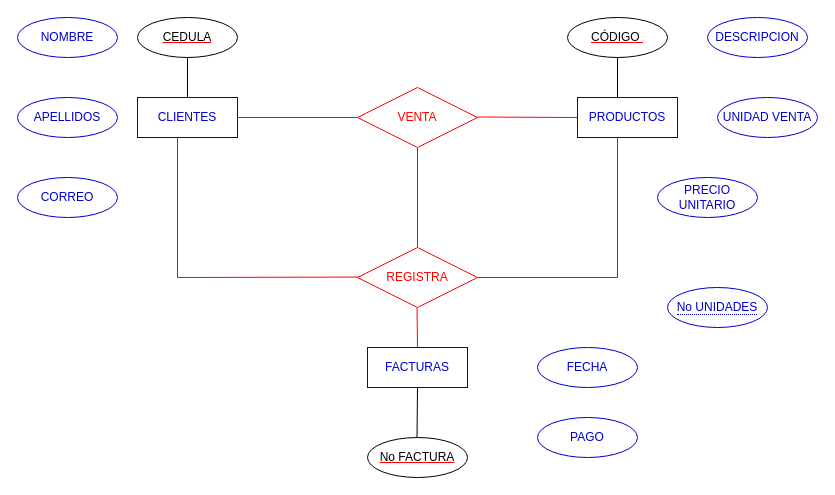
Above: EJERCICIO3.drawio in IVONNE80/BASE-DE-DATOS (draw.io), before the change. Source tidied: cells renumbered, new cells numbered last; positions are measured from the earlier drawing's top-left corner, leaving out a move shared by most shapes. Both pictures are drawn from the tidied source at 100%, with x=0, y=0 at pixel (17, 17).
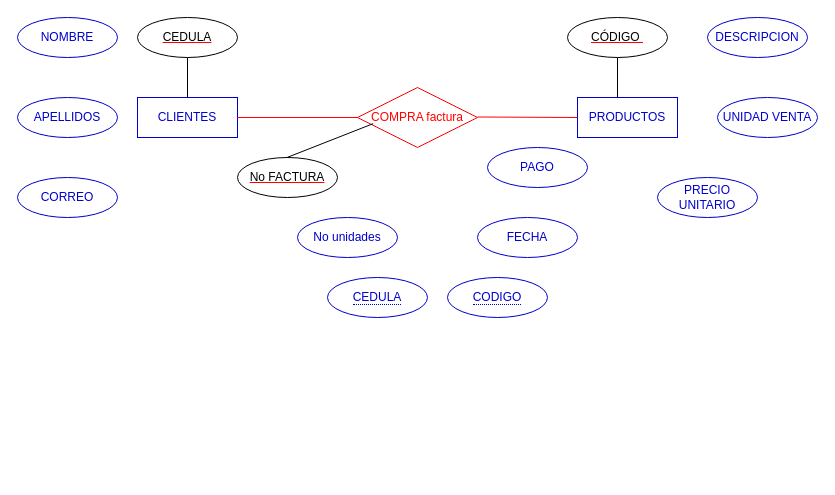
Above is the later version.

Unchanged cells that the change refers to:
```xml
<mxCell id="2" value="&lt;font color=&quot;#0000cc&quot;&gt;CLIENTES&lt;/font&gt;" style="whiteSpace=wrap;html=1;align=center;strokeColor=#0000CC;" parent="1" vertex="1">
  <mxGeometry x="120" y="80" width="100" height="40" as="geometry" />
</mxCell>
```

What changed in the source:
```diff
@@
-    <mxCell id="4" value="&lt;font color=&quot;#0000cc&quot;&gt;FACTURAS&lt;/font&gt;" style="whiteSpace=wrap;html=1;align=center;strokeColor=#0000CC;" parent="1" vertex="1">
-      <mxGeometry x="350" y="330" width="100" height="40" as="geometry" />
-    </mxCell>
-    <mxCell id="5" value="&lt;font color=&quot;#ff0000&quot;&gt;VENTA&lt;/font&gt;" style="shape=rhombus;perimeter=rhombusPerimeter;whiteSpace=wrap;html=1;align=center;strokeColor=#FF0000;fontColor=#0000CC;" parent="1" vertex="1">
+    <mxCell id="5" value="&lt;font color=&quot;#ff0000&quot;&gt;COMPRA factura&lt;/font&gt;" style="shape=rhombus;perimeter=rhombusPerimeter;whiteSpace=wrap;html=1;align=center;strokeColor=#FF0000;fontColor=#0000CC;" parent="1" vertex="1">
       <mxGeometry x="340" y="70" width="120" height="60" as="geometry" />
     </mxCell>
@@
-    <mxCell id="8" style="endArrow=none;html=1;rounded=0;fontColor=#FF0000;strokeColor=#FF0000;entryX=0.5;entryY=1;entryDx=0;entryDy=0;" parent="1" edge="1" target="5">
-      <mxGeometry relative="1" as="geometry">
-        <mxPoint x="400" y="230" as="sourcePoint" />
-      </mxGeometry>
-    </mxCell>
@@
     <mxCell id="11" value="&lt;font color=&quot;#000000&quot;&gt;No FACTURA&lt;/font&gt;" style="ellipse;whiteSpace=wrap;html=1;align=center;fontStyle=4;strokeColor=#000000;fontColor=#FF0000;" parent="1" vertex="1">
-      <mxGeometry x="350" y="420" width="100" height="40" as="geometry" />
+      <mxGeometry x="220" y="140" width="100" height="40" as="geometry" />
     </mxCell>
@@
-    <mxCell id="14" style="endArrow=none;html=1;rounded=0;strokeColor=#000000;fontColor=#000000;entryX=0.5;entryY=1;entryDx=0;entryDy=0;" parent="1" edge="1" target="4">
+    <mxCell id="14" style="endArrow=none;html=1;rounded=0;strokeColor=#000000;fontColor=#000000;entryX=0.13;entryY=0.603;entryDx=0;entryDy=0;entryPerimeter=0;" parent="1" edge="1" target="5">
       <mxGeometry relative="1" as="geometry">
-        <mxPoint x="399.5" y="420" as="sourcePoint" />
+        <mxPoint x="269.5" y="140" as="sourcePoint" />
       </mxGeometry>
     </mxCell>
-    <mxCell id="15" style="endArrow=none;html=1;rounded=0;fontColor=#FF0000;strokeColor=#FF0000;exitX=0.4;exitY=1;exitDx=0;exitDy=0;exitPerimeter=0;" parent="1" edge="1" source="2">
-      <mxGeometry relative="1" as="geometry">
-        <mxPoint x="360" y="259.5" as="targetPoint" />
-        <Array as="points">
-          <mxPoint x="160" y="260" />
-        </Array>
-      </mxGeometry>
-    </mxCell>
-    <mxCell id="16" style="endArrow=none;html=1;rounded=0;fontColor=#FF0000;strokeColor=#FF0000;exitX=0.4;exitY=1;exitDx=0;exitDy=0;exitPerimeter=0;" parent="1" edge="1">
-      <mxGeometry relative="1" as="geometry">
-        <mxPoint x="600" y="120" as="sourcePoint" />
-        <mxPoint x="440" y="260" as="targetPoint" />
-        <Array as="points">
-          <mxPoint x="600" y="260" />
-        </Array>
-      </mxGeometry>
-    </mxCell>
-    <mxCell id="17" value="&lt;font color=&quot;#ff0000&quot;&gt;REGISTRA&lt;/font&gt;" style="shape=rhombus;perimeter=rhombusPerimeter;whiteSpace=wrap;html=1;align=center;strokeColor=#FF0000;fontColor=#0000CC;" parent="1" vertex="1">
-      <mxGeometry x="340" y="230" width="120" height="60" as="geometry" />
-    </mxCell>
-    <mxCell id="18" style="endArrow=none;html=1;rounded=0;fontColor=#FF0000;strokeColor=#FF0000;entryX=0.5;entryY=1;entryDx=0;entryDy=0;" parent="1" edge="1">
-      <mxGeometry relative="1" as="geometry">
-        <mxPoint x="400" y="330" as="sourcePoint" />
-        <mxPoint x="399.5" y="290" as="targetPoint" />
-      </mxGeometry>
-    </mxCell>
@@
     <mxCell id="25" value="&lt;font color=&quot;#0000cc&quot;&gt;FECHA&lt;/font&gt;" style="ellipse;whiteSpace=wrap;html=1;align=center;strokeColor=#0000CC;fontColor=#000000;" parent="1" vertex="1">
-      <mxGeometry x="520" y="330" width="100" height="40" as="geometry" />
+      <mxGeometry x="460" y="200" width="100" height="40" as="geometry" />
     </mxCell>
     <mxCell id="26" value="&lt;font color=&quot;#0000cc&quot;&gt;PAGO&lt;/font&gt;" style="ellipse;whiteSpace=wrap;html=1;align=center;strokeColor=#0000CC;fontColor=#000000;" parent="1" vertex="1">
-      <mxGeometry x="520" y="400" width="100" height="40" as="geometry" />
+      <mxGeometry x="470" y="130" width="100" height="40" as="geometry" />
     </mxCell>
-    <mxCell id="27" value="&lt;span style=&quot;border-bottom: 1px dotted&quot;&gt;No UNIDADES&lt;/span&gt;" style="ellipse;whiteSpace=wrap;html=1;align=center;strokeColor=#0000CC;fontColor=#0000CC;" parent="1" vertex="1">
-      <mxGeometry x="650" y="270" width="100" height="40" as="geometry" />
+    <mxCell id="27" value="&lt;span style=&quot;border-bottom: 1px dotted&quot;&gt;CODIGO&lt;/span&gt;" style="ellipse;whiteSpace=wrap;html=1;align=center;strokeColor=#0000CC;fontColor=#0000CC;" parent="1" vertex="1">
+      <mxGeometry x="430" y="260" width="100" height="40" as="geometry" />
     </mxCell>
+    <mxCell id="28" value="&lt;font color=&quot;#0000cc&quot;&gt;No unidades&lt;/font&gt;" style="ellipse;whiteSpace=wrap;html=1;align=center;strokeColor=#0000CC;fontColor=#000000;" parent="1" vertex="1">
+      <mxGeometry x="280" y="200" width="100" height="40" as="geometry" />
+    </mxCell>
+    <mxCell id="29" value="&lt;span style=&quot;border-bottom: 1px dotted&quot;&gt;CEDULA&lt;/span&gt;" style="ellipse;whiteSpace=wrap;html=1;align=center;strokeColor=#0000CC;fontColor=#0000CC;" parent="1" vertex="1">
+      <mxGeometry x="310" y="260" width="100" height="40" as="geometry" />
+    </mxCell>
```
